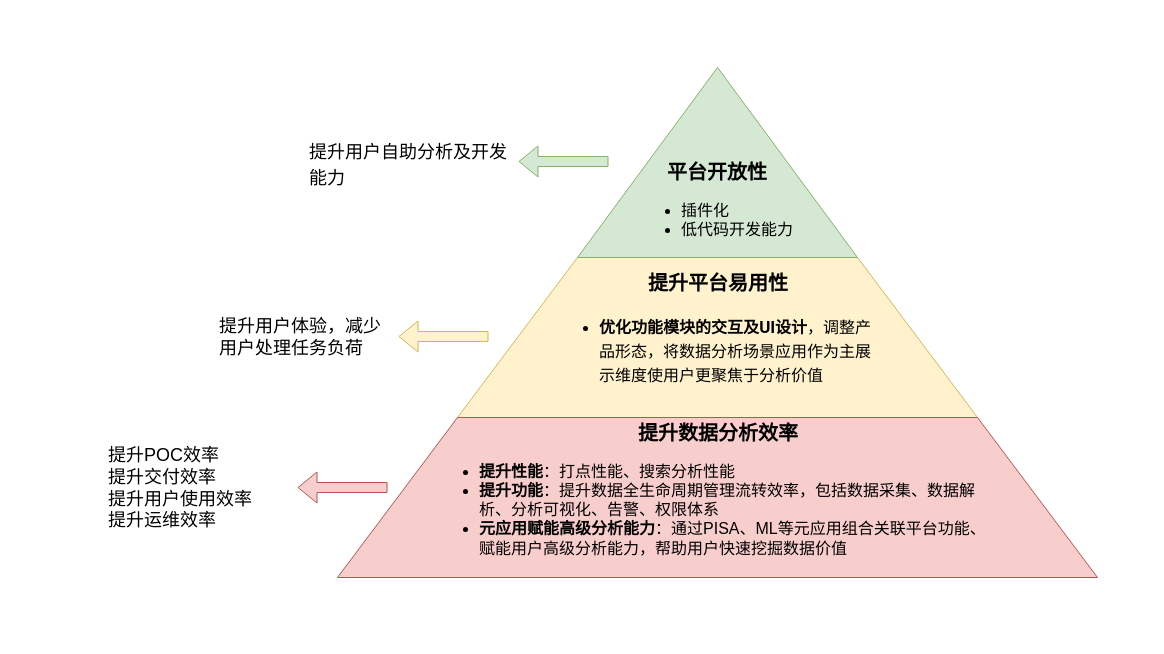
Earlier version of the draw.io diagram 产品路径.drawio (fuyihan1121/helloword). Source tidied: cells renumbered, new cells numbered last; positions are measured from the earlier drawing's top-left corner, leaving out a move shared by most shapes. Both pictures are drawn from the tidied source at 100%, with x=0, y=0 at pixel (67, 17).
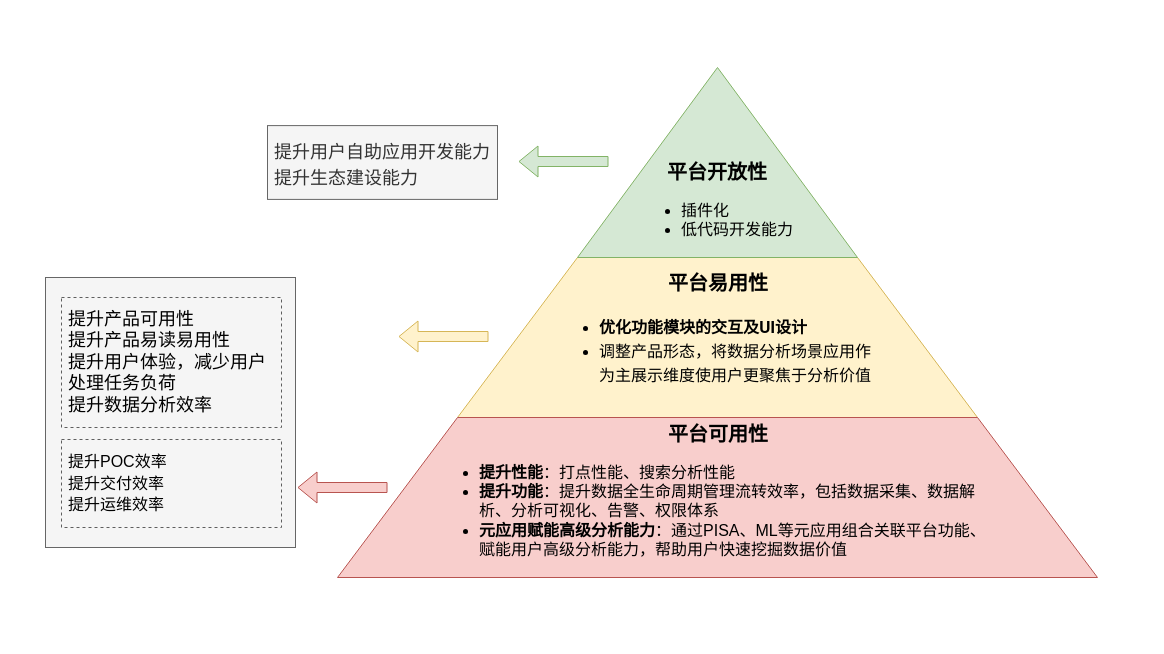
The same page after the edit.

Diff of the diagram source:
```diff
@@
 <mxGraphModel>
   <root>
     <mxCell id="0" />
     <mxCell id="1" parent="0" />
     <mxCell id="2" style="rounded=0;whiteSpace=wrap;html=1;fontSize=18;fontColor=#FF9999;align=left;strokeColor=none;" parent="1" vertex="1">
-      <mxGeometry width="1080" height="620" as="geometry" />
+      <mxGeometry x="-50" y="10" width="1110" height="600" as="geometry" />
     </mxCell>
+    <mxCell id="12" style="rounded=0;whiteSpace=wrap;html=1;fontSize=18;strokeColor=#666666;align=left;fillColor=#f5f5f5;fontColor=#333333;" parent="1" vertex="1">
+      <mxGeometry x="-22" y="260" width="250" height="270" as="geometry" />
+    </mxCell>
-    <mxCell id="3" value="&lt;div style=&quot;text-align: center&quot;&gt;&lt;b&gt;&lt;font style=&quot;font-size: 20px&quot;&gt;提升平台易用性&lt;/font&gt;&lt;/b&gt;&lt;/div&gt;&lt;ul&gt;&lt;li style=&quot;font-size: 16px&quot;&gt;&lt;p class=&quot;p1&quot; style=&quot;margin: 0px ; font-stretch: normal ; line-height: normal ; font-family: &amp;#34;.pingfang sc&amp;#34;&quot;&gt;&lt;b&gt;优化功能模块的交互及&lt;span class=&quot;s1&quot; style=&quot;font-stretch: normal ; line-height: normal ; font-family: &amp;#34;helvetica neue&amp;#34;&quot;&gt;UI&lt;/span&gt;设计&lt;/b&gt;，调整产品形态，&lt;span style=&quot;font-family: &amp;#34;helvetica&amp;#34;&quot;&gt;将数据分析场景应用作为主展示维度使用户更聚焦于分析价值&lt;/span&gt;&lt;/p&gt;&lt;/li&gt;&lt;/ul&gt;" style="shape=trapezoid;perimeter=trapezoidPerimeter;whiteSpace=wrap;html=1;fixedSize=1;size=120;fontSize=18;fillColor=#fff2cc;strokeColor=#d6b656;spacingLeft=100;spacingRight=100;align=left;" parent="1" vertex="1">
+    <mxCell id="3" value="&lt;div style=&quot;text-align: center&quot;&gt;&lt;b&gt;&lt;font style=&quot;font-size: 20px&quot;&gt;平台易用性&lt;/font&gt;&lt;/b&gt;&lt;/div&gt;&lt;ul&gt;&lt;li style=&quot;font-size: 16px&quot;&gt;&lt;p class=&quot;p1&quot; style=&quot;margin: 0px ; font-stretch: normal ; line-height: normal ; font-family: &amp;#34;.pingfang sc&amp;#34;&quot;&gt;&lt;b&gt;优化功能模块的交互及&lt;span class=&quot;s1&quot; style=&quot;font-stretch: normal ; line-height: normal ; font-family: &amp;#34;helvetica neue&amp;#34;&quot;&gt;UI&lt;/span&gt;设计&lt;/b&gt;&lt;/p&gt;&lt;/li&gt;&lt;li style=&quot;font-size: 16px&quot;&gt;&lt;p class=&quot;p1&quot; style=&quot;margin: 0px ; font-stretch: normal ; line-height: normal ; font-family: &amp;#34;.pingfang sc&amp;#34;&quot;&gt;调整产品形态，&lt;span style=&quot;font-family: &amp;#34;helvetica&amp;#34;&quot;&gt;将数据分析场景应用作为主展示维度使用户更聚焦于分析价值&lt;/span&gt;&lt;/p&gt;&lt;/li&gt;&lt;/ul&gt;" style="shape=trapezoid;perimeter=trapezoidPerimeter;whiteSpace=wrap;html=1;fixedSize=1;size=120;fontSize=18;fillColor=#fff2cc;strokeColor=#d6b656;spacingLeft=100;spacingRight=100;align=left;" parent="1" vertex="1">
       <mxGeometry x="390" y="240" width="520" height="160" as="geometry" />
     </mxCell>
     <mxCell id="4" value="&lt;div&gt;&lt;span&gt;&lt;font style=&quot;font-size: 20px&quot;&gt;&lt;b&gt;平台开放性&lt;/b&gt;&lt;/font&gt;&lt;/span&gt;&lt;/div&gt;&lt;span style=&quot;font-size: 16px&quot;&gt;&lt;ul&gt;&lt;li style=&quot;text-align: left&quot;&gt;&lt;span&gt;插件化&lt;/span&gt;&lt;/li&gt;&lt;li&gt;&lt;span&gt;低代码开发能力&lt;/span&gt;&lt;/li&gt;&lt;/ul&gt;&lt;/span&gt;" style="shape=trapezoid;perimeter=trapezoidPerimeter;whiteSpace=wrap;html=1;fixedSize=1;size=140;fontSize=18;verticalAlign=bottom;fillColor=#d5e8d4;strokeColor=#82b366;spacingLeft=10;spacingRight=10;align=center;" parent="1" vertex="1">
       <mxGeometry x="510" y="50" width="280" height="190" as="geometry" />
     </mxCell>
-    <mxCell id="5" value="&lt;div style=&quot;text-align: center&quot;&gt;&lt;span&gt;&lt;font style=&quot;font-size: 20px&quot;&gt;&lt;b&gt;提升数据分析效率&lt;/b&gt;&lt;/font&gt;&lt;/span&gt;&lt;/div&gt;&lt;ul style=&quot;font-size: 16px&quot;&gt;&lt;li&gt;&lt;b&gt;提升性能&lt;/b&gt;：打点性能、搜索分析性能&lt;/li&gt;&lt;li&gt;&lt;b&gt;提升功能&lt;/b&gt;：提升数据全生命周期管理流转效率，包括数据采集、数据解析、分析可视化、告警、权限体系&lt;br&gt;&lt;/li&gt;&lt;li&gt;&lt;b&gt;元应用赋能高级分析能力&lt;/b&gt;：通过PISA、ML等元应用组合关联平台功能、赋能用户高级分析能力，帮助用户快速挖掘数据价值&lt;br&gt;&lt;/li&gt;&lt;/ul&gt;" style="shape=trapezoid;perimeter=trapezoidPerimeter;whiteSpace=wrap;html=1;fixedSize=1;size=120;fontSize=18;align=left;fillColor=#f8cecc;strokeColor=#b85450;spacingRight=100;spacingLeft=100;" parent="1" vertex="1">
+    <mxCell id="5" value="&lt;div style=&quot;text-align: center&quot;&gt;&lt;span style=&quot;font-size: 20px&quot;&gt;&lt;b&gt;平台可用性&lt;/b&gt;&lt;/span&gt;&lt;/div&gt;&lt;ul style=&quot;font-size: 16px&quot;&gt;&lt;li&gt;&lt;b&gt;提升性能&lt;/b&gt;：打点性能、搜索分析性能&lt;/li&gt;&lt;li&gt;&lt;b&gt;提升功能&lt;/b&gt;：提升数据全生命周期管理流转效率，包括数据采集、数据解析、分析可视化、告警、权限体系&lt;br&gt;&lt;/li&gt;&lt;li&gt;&lt;b&gt;元应用赋能高级分析能力&lt;/b&gt;：通过PISA、ML等元应用组合关联平台功能、赋能用户高级分析能力，帮助用户快速挖掘数据价值&lt;br&gt;&lt;/li&gt;&lt;/ul&gt;" style="shape=trapezoid;perimeter=trapezoidPerimeter;whiteSpace=wrap;html=1;fixedSize=1;size=120;fontSize=18;align=left;fillColor=#f8cecc;strokeColor=#b85450;spacingRight=100;spacingLeft=100;verticalAlign=bottom;" parent="1" vertex="1">
       <mxGeometry x="270" y="400" width="760" height="160" as="geometry" />
     </mxCell>
     <mxCell id="6" style="shape=flexArrow;endArrow=classic;html=1;fontSize=18;fontColor=#FF9999;fillColor=#f8cecc;strokeColor=#b85450;" parent="1" edge="1">
       <mxGeometry relative="1" as="geometry">
         <mxPoint x="320" y="470" as="sourcePoint" />
         <mxPoint x="230" y="470" as="targetPoint" />
       </mxGeometry>
     </mxCell>
-    <mxCell id="7" value="提升POC效率&lt;br&gt;提升交付效率&lt;br&gt;提升用户使用效率&lt;br&gt;提升运维效率" style="text;html=1;strokeColor=none;fillColor=none;align=left;verticalAlign=middle;whiteSpace=wrap;rounded=0;fontSize=18;" parent="1" vertex="1">
-      <mxGeometry x="39" y="421" width="180" height="100" as="geometry" />
+    <mxCell id="7" value="&lt;font style=&quot;font-size: 18px&quot;&gt;提升产品可用性&lt;br&gt;提升产品易读易用性&lt;br&gt;提升用户体验，减少用户处理任务负荷&lt;br&gt;&lt;span style=&quot;text-align: center&quot;&gt;提升数据分析效率&lt;/span&gt;&lt;br&gt;&lt;/font&gt;" style="text;html=1;fillColor=none;align=left;verticalAlign=middle;whiteSpace=wrap;rounded=0;fontSize=18;dashed=1;strokeColor=#5E5E5E;spacingLeft=5;spacingRight=5;fontStyle=0;" parent="1" vertex="1">
+      <mxGeometry x="-6" y="280" width="220" height="130" as="geometry" />
     </mxCell>
     <mxCell id="8" style="shape=flexArrow;endArrow=classic;html=1;fontSize=18;fontColor=#FF9999;fillColor=#fff2cc;strokeColor=#d6b656;" parent="1" edge="1">
       <mxGeometry relative="1" as="geometry">
         <mxPoint x="421" y="319" as="sourcePoint" />
         <mxPoint x="331" y="319" as="targetPoint" />
       </mxGeometry>
     </mxCell>
-    <mxCell id="9" value="提升用户体验，减少用户处理任务负荷" style="text;html=1;strokeColor=none;fillColor=none;align=left;verticalAlign=middle;whiteSpace=wrap;rounded=0;fontSize=18;" parent="1" vertex="1">
-      <mxGeometry x="150" y="270" width="170" height="100" as="geometry" />
-    </mxCell>
     <mxCell id="10" style="shape=flexArrow;endArrow=classic;html=1;fontSize=18;fontColor=#FF9999;fillColor=#d5e8d4;strokeColor=#82b366;" parent="1" edge="1">
       <mxGeometry relative="1" as="geometry">
         <mxPoint x="541" y="144" as="sourcePoint" />
         <mxPoint x="451" y="144" as="targetPoint" />
       </mxGeometry>
     </mxCell>
-    <mxCell id="11" value="&lt;p class=&quot;p1&quot; style=&quot;margin: 0px ; font-stretch: normal ; line-height: normal ; font-family: &amp;#34;.pingfang sc&amp;#34;&quot;&gt;&lt;font style=&quot;font-size: 18px&quot;&gt;提升用户自助分析及开发能力&lt;/font&gt;&lt;/p&gt;" style="text;html=1;strokeColor=none;fillColor=none;align=left;verticalAlign=middle;whiteSpace=wrap;rounded=0;fontSize=18;" parent="1" vertex="1">
-      <mxGeometry x="240" y="95" width="200" height="100" as="geometry" />
+    <mxCell id="11" value="&lt;p class=&quot;p1&quot; style=&quot;margin: 0px ; font-stretch: normal ; line-height: normal ; font-family: &amp;quot;.pingfang sc&amp;quot; ; font-size: 18px&quot;&gt;&lt;font style=&quot;font-size: 18px&quot;&gt;提升用户自助应用开发能力&lt;/font&gt;&lt;/p&gt;&lt;p class=&quot;p1&quot; style=&quot;margin: 0px ; font-stretch: normal ; line-height: normal ; font-family: &amp;quot;.pingfang sc&amp;quot; ; font-size: 18px&quot;&gt;&lt;span&gt;提升生态建设能力&lt;/span&gt;&lt;/p&gt;" style="text;html=1;strokeColor=#666666;fillColor=#f5f5f5;align=left;verticalAlign=middle;whiteSpace=wrap;rounded=0;fontSize=18;fontStyle=0;fontColor=#333333;spacingLeft=5;spacingRight=5;" parent="1" vertex="1">
+      <mxGeometry x="200" y="108.1" width="230" height="73.8" as="geometry" />
     </mxCell>
+    <mxCell id="13" value="&lt;span style=&quot;font-size: 16px&quot;&gt;提升POC效率&lt;/span&gt;&lt;br style=&quot;font-size: 16px&quot;&gt;&lt;span style=&quot;font-size: 16px&quot;&gt;提升交付效率&lt;/span&gt;&lt;br style=&quot;font-size: 16px&quot;&gt;&lt;span style=&quot;font-size: 16px&quot;&gt;提升运维效率&lt;/span&gt;" style="text;html=1;align=left;verticalAlign=middle;whiteSpace=wrap;rounded=0;fontSize=18;dashed=1;strokeColor=#5E5E5E;spacingLeft=5;spacingRight=5;" parent="1" vertex="1">
+      <mxGeometry x="-6" y="422" width="220" height="88" as="geometry" />
+    </mxCell>
   </root>
 </mxGraphModel>
```
